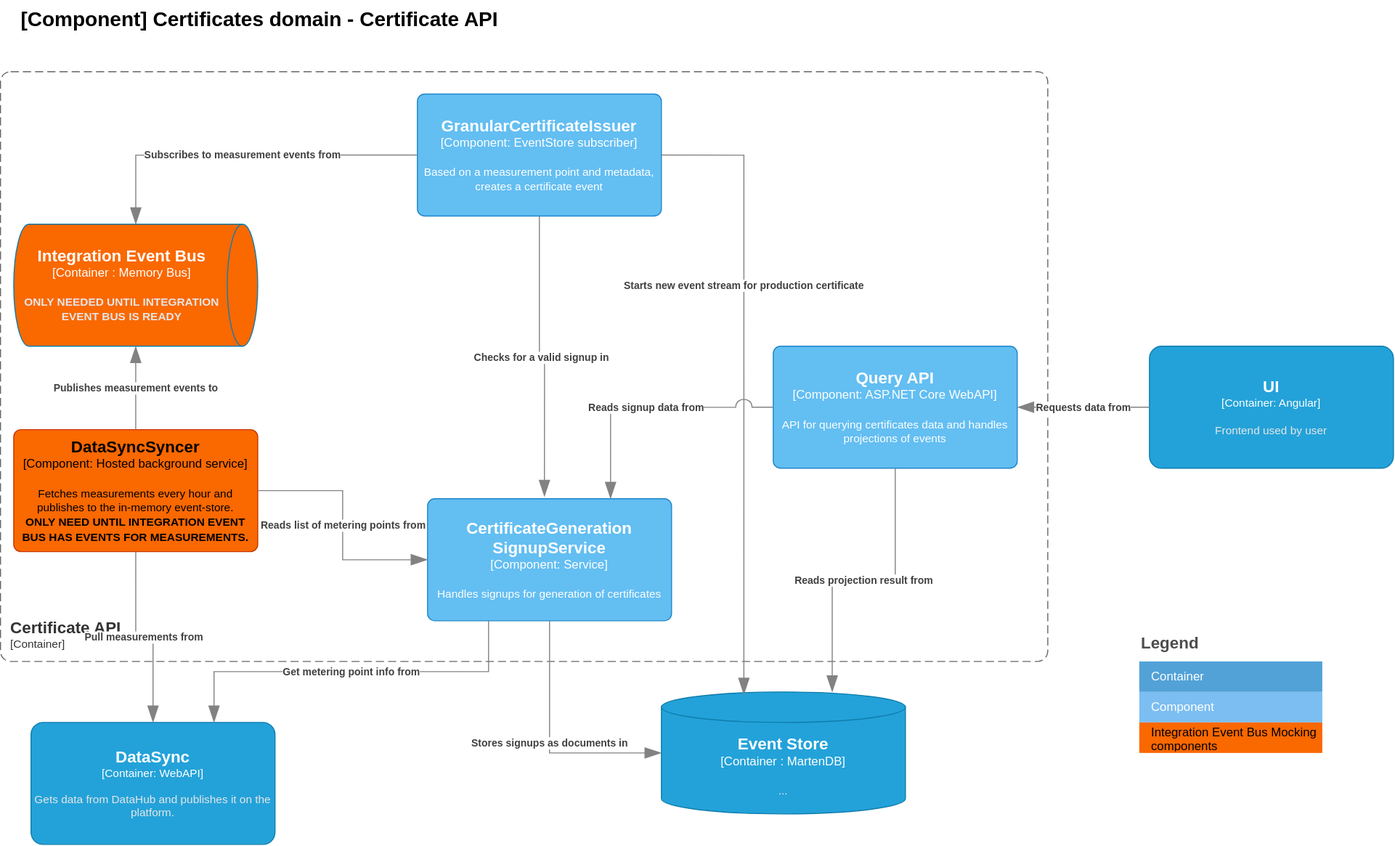
Energinet-DataHub/energy-origin keeps this draw.io diagram as doc/architecture/diagrams/certificates.current.component.certificate.api.drawio.svg. Above is the earlier version. Source tidied: cells renumbered, new cells last; positions are measured from the earlier drawing's top-left corner, leaving out a move shared by most shapes.
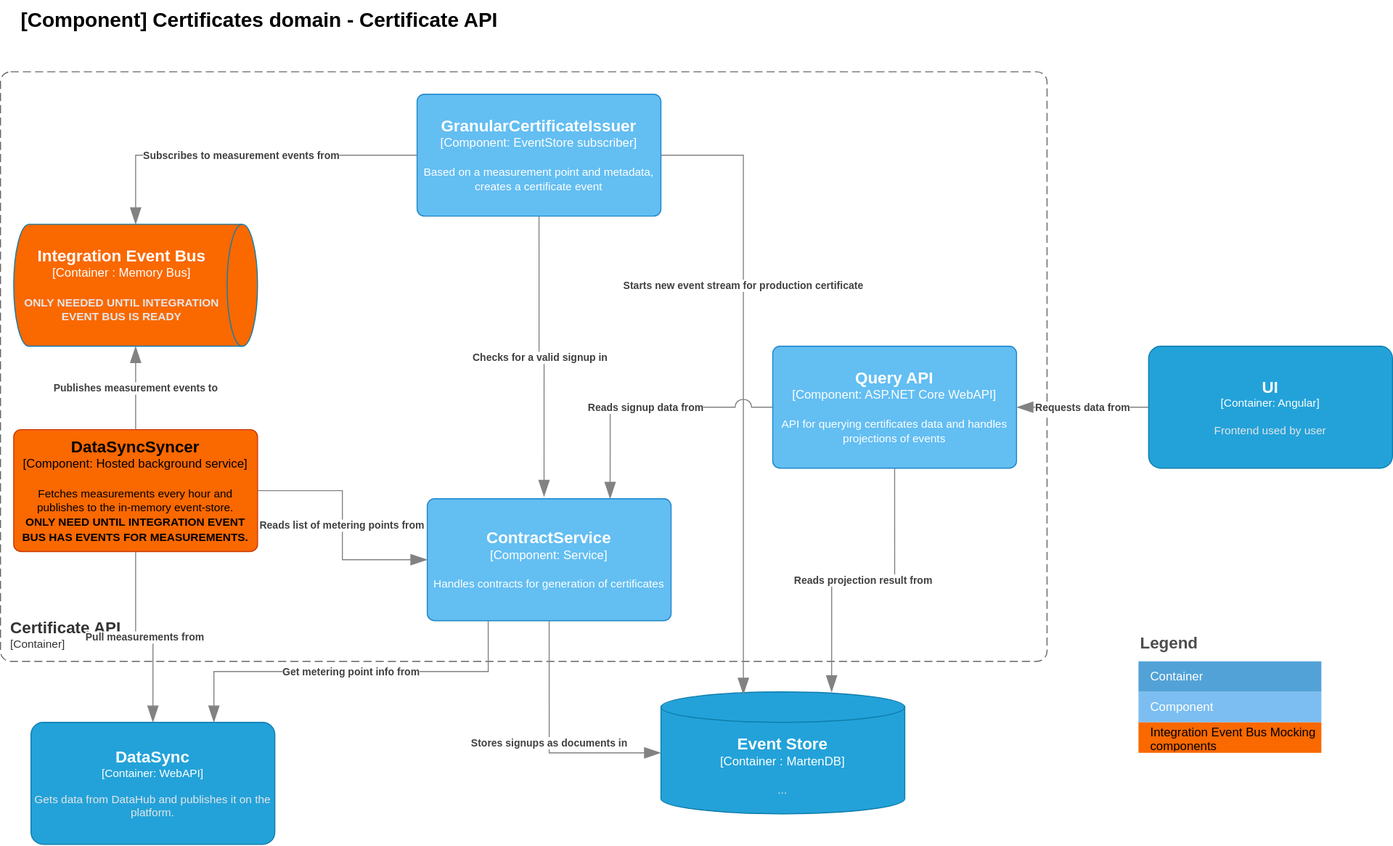
The same diagram one commit later.

Change to the diagram source:
```diff
@@ -22,7 +22,7 @@
         <mxGeometry x="650" y="680" width="240" height="120" as="geometry" />
       </mxCell>
     </object>
-    <object id="6" label="&lt;font style=&quot;font-size: 16px&quot;&gt;&lt;b&gt;%c4Name%&lt;/b&gt;&lt;/font&gt;&lt;div&gt;[%c4Type%: %c4Technology%]&lt;/div&gt;&lt;br&gt;&lt;div&gt;&lt;font style=&quot;font-size: 11px&quot;&gt;%c4Description%&lt;/font&gt;&lt;/div&gt;" c4Description="Handles signups for generation of certificates" c4Name="CertificateGeneration&#10;SignupService" c4Technology="Service" c4Type="Component" placeholders="1">
+    <object id="6" label="&lt;font style=&quot;font-size: 16px&quot;&gt;&lt;b&gt;%c4Name%&lt;/b&gt;&lt;/font&gt;&lt;div&gt;[%c4Type%: %c4Technology%]&lt;/div&gt;&lt;br&gt;&lt;div&gt;&lt;font style=&quot;font-size: 11px&quot;&gt;%c4Description%&lt;/font&gt;&lt;/div&gt;" c4Description="Handles contracts for generation of certificates" c4Name="ContractService" c4Technology="Service" c4Type="Component" placeholders="1">
       <mxCell style="rounded=1;whiteSpace=wrap;html=1;labelBackgroundColor=none;fillColor=#63BEF2;align=center;arcSize=6;strokeColor=#2086C9;points=[[0.25,0,0],[0.5,0,0],[0.75,0,0],[1,0.25,0],[1,0.5,0],[1,0.75,0],[0.75,1,0],[0.5,1,0],[0.25,1,0],[0,0.75,0],[0,0.5,0],[0,0.25,0]];fontColor=#ffffff;" parent="1" vertex="1">
         <mxGeometry x="420" y="490" width="240" height="120" as="geometry" />
       </mxCell>
```
